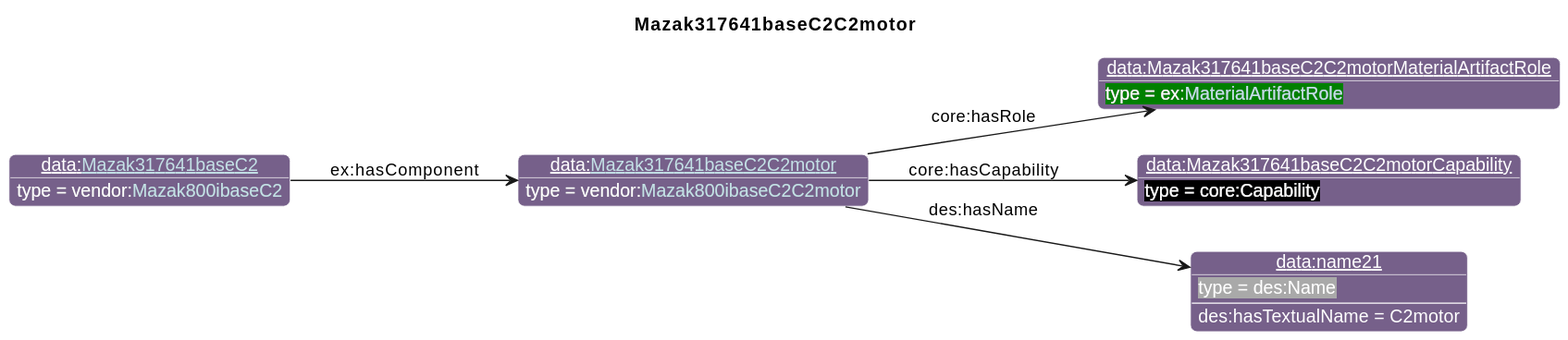
Above: diagrams/Mazak317641baseC2C2motor.svg in iofoundry/example-syseng-mtconnect (PlantUML), before the change.
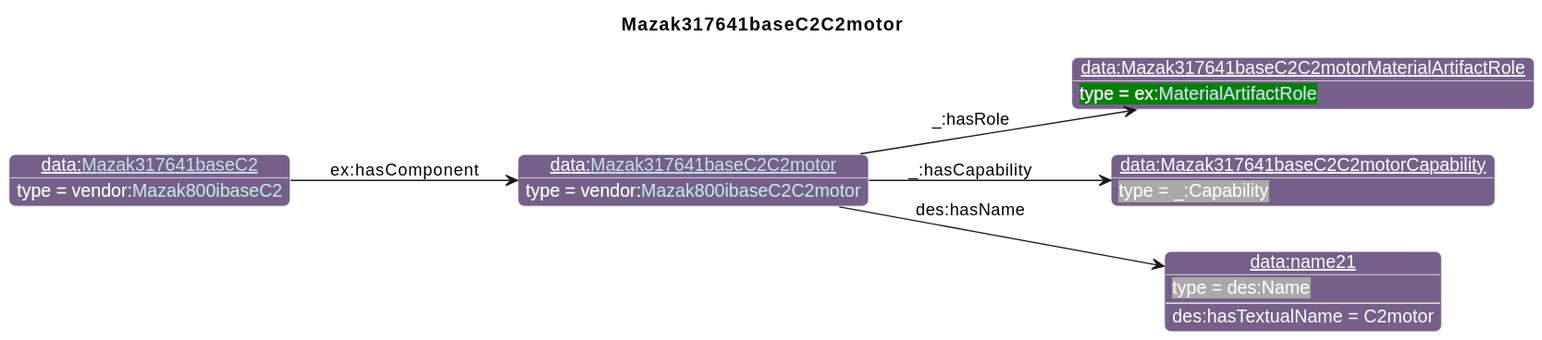
Later version of the same file.

Change to the diagram source:
```diff
@@ -27,11 +27,11 @@
       }
 individual(o0, data:[[./Mazak317641baseC2C2motor.html Mazak317641baseC2C2motor]], vendor:[[../Mazak.html#Mazak800ibaseC2C2motor Mazak800ibaseC2C2motor]])
 individual(o1, data:Mazak317641baseC2C2motorMaterialArtifactRole, ex:[[../Example.html#MaterialArtifactRole MaterialArtifactRole]])
-individual(o2, data:Mazak317641baseC2C2motorCapability, core:Capability)
+individual(o2, data:Mazak317641baseC2C2motorCapability, _:Capability)
 individual(o3, data:name21, des:Name)
 individual(o4, data:[[./Mazak317641baseC2.html Mazak317641baseC2]], vendor:[[../Mazak.html#Mazak800ibaseC2 Mazak800ibaseC2]])
-property(o0, "core:hasRole", o1)
-property(o0, "core:hasCapability", o2)
+property(o0, "_:hasRole", o1)
+property(o0, "_:hasCapability", o2)
 property(o0, "des:hasName", o3)
 data(o3, "des:hasTextualName", "C2motor")
 property(o4, "ex:hasComponent", o0)
```
